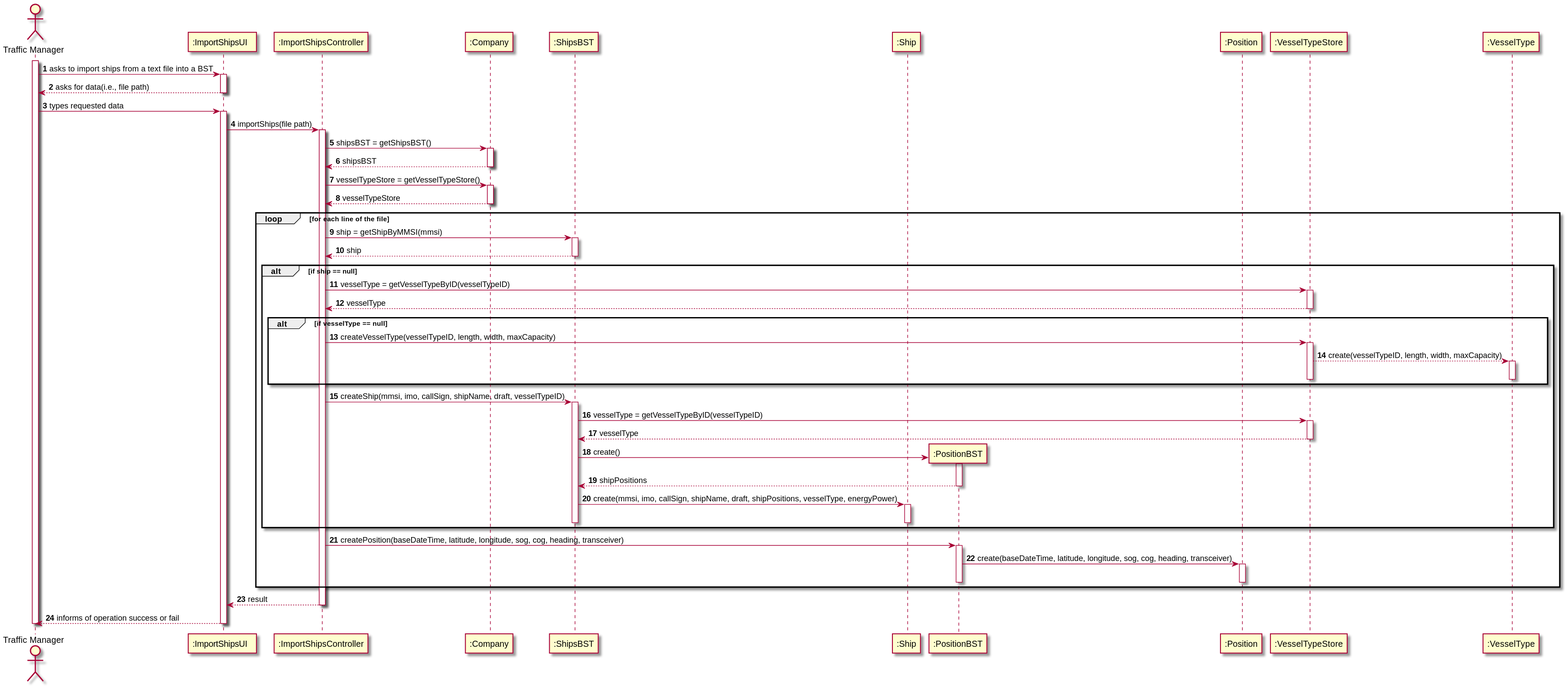
This is docs/US101/US_101_SD.svg from ana-albergaria/LAPR3-ISEP, a PlantUML export, as it was before one commit.
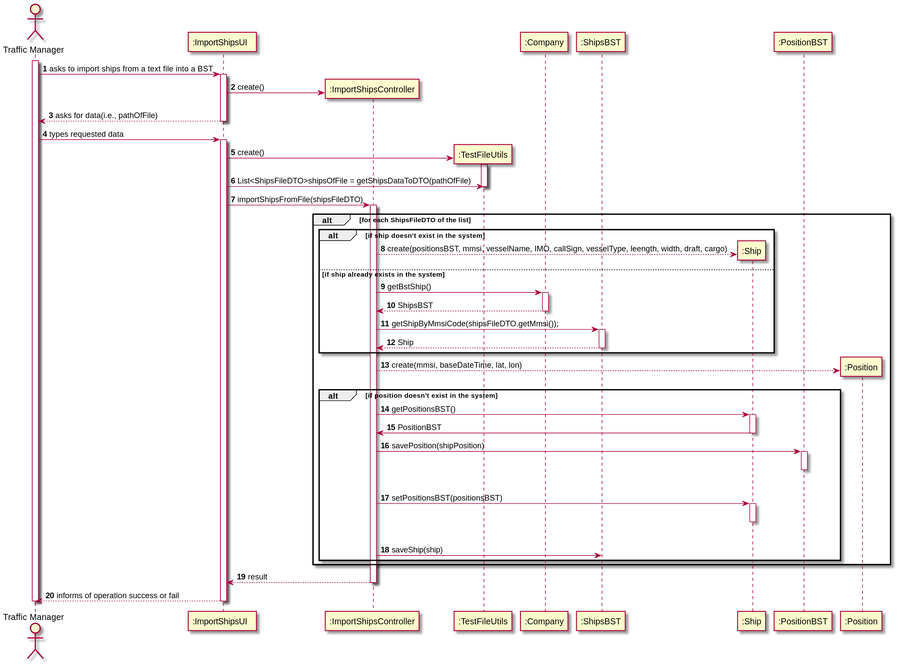
The same diagram one commit later.

Commit message:
G54-48 G54-49 #comment corrected the DM and SD diagram and changed some details of the code.

Diff of the diagram source:
```diff
@@ -3,72 +3,56 @@
 actor "Traffic Manager" as TM
 participant ":ImportShipsUI  " as UI
 participant ":ImportShipsController" as CTRL
+participant ":TestFileUtils" as TFU
 participant ":Company" as CMP
 participant ":ShipsBST" as SBST
 participant ":Ship" as SHIP
 participant ":PositionBST" as PBST
-participant ":ShipPosition" as POS
-participant ":VesselTypeStore" as VTSTR
-participant ":VesselType" as VT
-
+participant ":Position" as POS
 
 activate TM
 TM -> UI : asks to import ships from a text file into a BST
 activate UI
-UI --> TM : asks for data(i.e., file path)
+UI -> CTRL** : create()
+UI --> TM : asks for data(i.e., pathOfFile)
 deactivate UI
-
 TM -> UI : types requested data
 activate UI
-UI -> CTRL : importShips(file path)
+UI -> TFU** : create()
+activate TFU
+UI -> TFU : List<ShipsFileDTO>shipsOfFile = getShipsDataToDTO(pathOfFile)
+deactivate TFU
+UI -> CTRL : importShipsFromFile(shipsFileDTO)
 activate CTRL
-CTRL -> CMP : shipsBST = getShipsBST()
+alt for each ShipsFileDTO of the list
+alt if ship doesn't exist in the system
+CTRL --> SHIP** : create(positionsBST, mmsi, vesselName, IMO, callSign, vesselType, leength, width, draft, cargo)
+else if ship already exists in the system
+CTRL -> CMP : getBstShip()
 activate CMP
-CMP --> CTRL : shipsBST
+CMP --> CTRL : ShipsBST
 deactivate CMP
-CTRL -> CMP : vesselTypeStore = getVesselTypeStore()
-activate CMP
-CMP --> CTRL : vesselTypeStore
-deactivate CMP
-loop for each line of the file
-CTRL -> SBST : ship = getShipByMMSI(mmsi)
+CTRL -> SBST : getShipByMmsiCode(shipsFileDTO.getMmsi());
 activate SBST
-SBST --> CTRL : ship
-deactivate SBST
-alt if ship == null
-CTRL -> VTSTR : vesselType = getVesselTypeByID(vesselTypeID)
-activate VTSTR
-VTSTR --> CTRL : vesselType
-deactivate VTSTR
-alt if vesselType == null
-CTRL -> VTSTR : createVesselType(vesselTypeID, length, width, maxCapacity)
-activate VTSTR
-VTSTR --> VT : create(vesselTypeID, length, width, maxCapacity)
-activate VT
-deactivate VT
-deactivate VTSTR
-end
-CTRL -> SBST : createShip(mmsi, imo, callSign, shipName, draft, vesselTypeID)
-activate SBST
-SBST -> VTSTR : vesselType = getVesselTypeByID(vesselTypeID)
-activate VTSTR
-VTSTR --> SBST : vesselType
-deactivate VTSTR
-SBST -> PBST** : create()
-activate PBST
-PBST --> SBST : shipPositions
-deactivate PBST
-SBST -> SHIP : create(mmsi, imo, callSign, shipName, draft, shipPositions, vesselType, energyPower)
-activate SHIP
-deactivate SHIP
+SBST --> CTRL : Ship
 deactivate SBST
 end
-CTRL -> PBST : createPosition(baseDateTime, latitude, longitude, sog, cog, heading, transceiver)
+CTRL --> POS** : create(mmsi, baseDateTime, lat, lon)
+alt if position doesn't exist in the system
+CTRL -> SHIP : getPositionsBST()
+activate SHIP
+SHIP -> CTRL : PositionBST
+deactivate SHIP
+CTRL -> PBST : savePosition(shipPosition)
 activate PBST
-PBST -> POS : create(baseDateTime, latitude, longitude, sog, cog, heading, transceiver)
-activate POS
-deactivate POS
+|||
 deactivate PBST
+CTRL -> SHIP : setPositionsBST(positionsBST)
+activate SHIP
+|||
+deactivate SHIP
+CTRL -> SBST : saveShip(ship)
+end
 end
 CTRL --> UI : result
 deactivate CTRL
```
